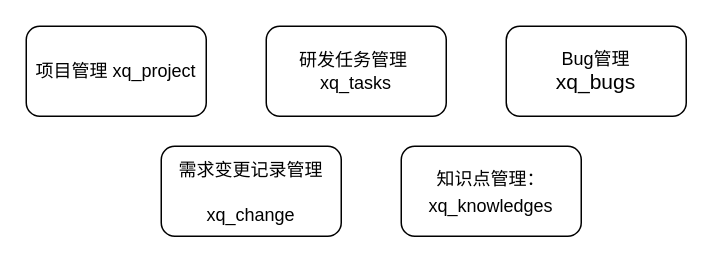
Earlier version of the draw.io diagram 自定义项目管理.drawio (DearJJJ/my_design_pattern). Source tidied: cells renumbered, new cells numbered last; positions are measured from the earlier drawing's top-left corner, leaving out a move shared by most shapes. Both pictures are drawn from the tidied source at 150%, with x=0, y=0 at pixel (26, 26).
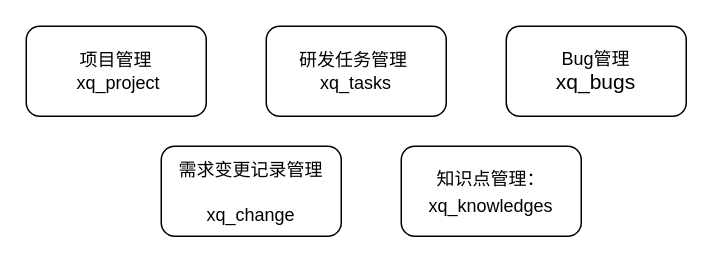
After the change.

Commit message:
更新自定义项目管理.drawio

What changed in the source:
```diff
@@
 <mxGraphModel>
   <root>
     <mxCell id="0" />
     <mxCell id="1" parent="0" />
-    <mxCell id="2" value="项目管理 xq_project" style="rounded=1;whiteSpace=wrap;html=1;" parent="1" vertex="1">
+    <mxCell id="2" value="项目管理&lt;br&gt;&amp;nbsp;xq_project" style="rounded=1;whiteSpace=wrap;html=1;" parent="1" vertex="1">
       <mxGeometry width="120" height="60" as="geometry" />
     </mxCell>
     <mxCell id="3" value="研发任务管理&amp;nbsp;&lt;br&gt;xq_tasks" style="rounded=1;whiteSpace=wrap;html=1;" parent="1" vertex="1">
       <mxGeometry x="160" width="120" height="60" as="geometry" />
     </mxCell>
     <mxCell id="4" value="Bug管理&lt;br&gt;&lt;span style=&quot;font-size:10.5pt;mso-bidi-font-size:&lt;br/&gt;12.0pt;font-family:等线;mso-bidi-font-family:等线;mso-font-kerning:1.0pt;&lt;br/&gt;mso-ansi-language:EN-US;mso-fareast-language:ZH-CN;mso-bidi-language:AR-SA&quot; lang=&quot;EN-US&quot;&gt;xq_bugs&lt;/span&gt;&lt;span style=&quot;font-size:10.5pt;mso-bidi-font-size:12.0pt;font-family:等线;mso-bidi-font-family:&lt;br/&gt;等线;mso-font-kerning:1.0pt;mso-ansi-language:EN-US;mso-fareast-language:ZH-CN;&lt;br/&gt;mso-bidi-language:AR-SA&quot;&gt;&lt;br&gt;&lt;/span&gt;" style="rounded=1;whiteSpace=wrap;html=1;" parent="1" vertex="1">
       <mxGeometry x="320" width="120" height="60" as="geometry" />
     </mxCell>
     <mxCell id="5" value="&lt;p style=&quot;line-height:150%&quot; class=&quot;MsoNormal&quot;&gt;需求变更记录管理&lt;span style=&quot;font-family:等线;&lt;br/&gt;mso-bidi-font-family:等线&quot;&gt;&lt;/span&gt;&lt;/p&gt;&lt;p style=&quot;line-height:150%&quot; class=&quot;MsoNormal&quot;&gt;xq_change&lt;br&gt;&lt;/p&gt;" style="rounded=1;whiteSpace=wrap;html=1;" parent="1" vertex="1">
       <mxGeometry x="90" y="80" width="120" height="60" as="geometry" />
     </mxCell>
     <mxCell id="6" value="&lt;p style=&quot;line-height:150%&quot; class=&quot;MsoNormal&quot;&gt;知识点管理&lt;span&gt;&lt;/span&gt;：&lt;span style=&quot;background-color: initial;&quot;&gt;xq_knowledges&lt;/span&gt;&lt;/p&gt;" style="rounded=1;whiteSpace=wrap;html=1;" parent="1" vertex="1">
       <mxGeometry x="250" y="80" width="120" height="60" as="geometry" />
     </mxCell>
   </root>
 </mxGraphModel>
```
